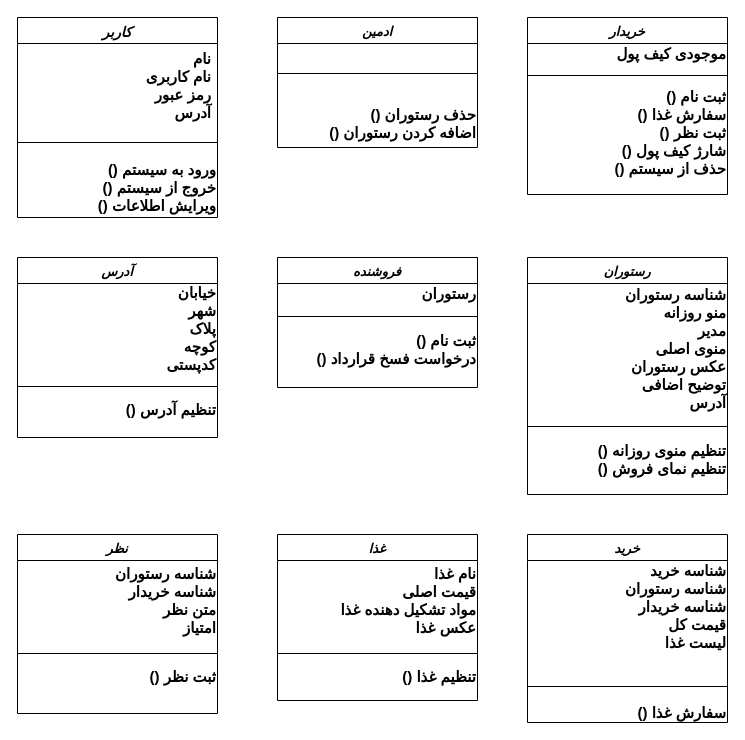
The draw.io diagram class (details).drawio in khoramian/TahDig_SoftwareEngineering, before the edit. Source tidied: cells renumbered, new cells numbered last; positions are measured from the earlier drawing's top-left corner, leaving out a move shared by most shapes. Both pictures are drawn from the tidied source at 100%, with x=0, y=0 at pixel (17, 17).
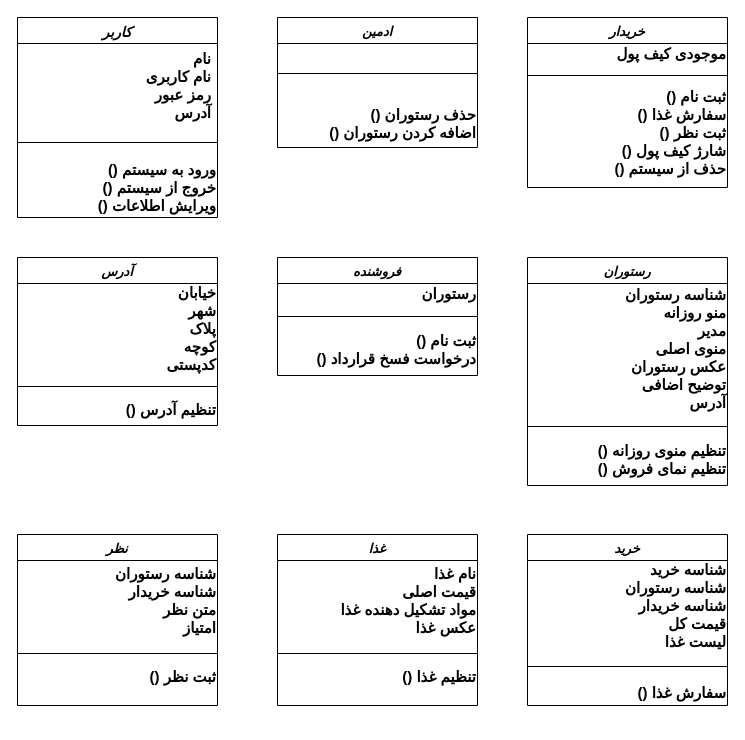
After the change.

Diff of the diagram source:
```diff
@@
     <mxCell id="9" value="خریدار" style="swimlane;fontStyle=3;align=center;verticalAlign=top;horizontal=1;startSize=26;rounded=0;shadow=0;strokeWidth=1;fontSize=13;" parent="1" vertex="1">
-      <mxGeometry x="510" width="200" height="177" as="geometry" />
+      <mxGeometry x="510" width="200" height="170" as="geometry" />
     </mxCell>
@@
     <mxCell id="13" value="فروشنده" style="swimlane;fontStyle=3;align=center;verticalAlign=top;horizontal=1;startSize=26;rounded=0;shadow=0;strokeWidth=1;fontSize=13;" parent="1" vertex="1">
-      <mxGeometry x="260" y="240" width="200" height="130" as="geometry" />
+      <mxGeometry x="260" y="240" width="200" height="118" as="geometry" />
     </mxCell>
@@
     <mxCell id="17" value="رستوران" style="swimlane;fontStyle=3;align=center;verticalAlign=top;horizontal=1;startSize=26;rounded=0;shadow=0;strokeWidth=1;fontSize=13;" parent="1" vertex="1">
-      <mxGeometry x="510" y="240" width="200" height="237" as="geometry" />
+      <mxGeometry x="510" y="240" width="200" height="228" as="geometry" />
     </mxCell>
@@
     <mxCell id="21" value="آدرس" style="swimlane;fontStyle=3;align=center;verticalAlign=top;horizontal=1;startSize=26;rounded=0;shadow=0;strokeWidth=1;fillColor=#FFFFFF;fontSize=13;" parent="1" vertex="1">
-      <mxGeometry y="240" width="200" height="180" as="geometry" />
+      <mxGeometry y="240" width="200" height="168" as="geometry" />
     </mxCell>
@@
     <mxCell id="25" value="غذا" style="swimlane;fontStyle=3;align=center;verticalAlign=top;horizontal=1;startSize=26;rounded=0;shadow=0;strokeWidth=1;fontSize=13;" parent="1" vertex="1">
-      <mxGeometry x="260" y="517" width="200" height="166" as="geometry" />
+      <mxGeometry x="260" y="517" width="200" height="171" as="geometry" />
     </mxCell>
@@
     <mxCell id="29" value="نظر" style="swimlane;fontStyle=3;align=center;verticalAlign=top;horizontal=1;startSize=26;rounded=0;shadow=0;strokeWidth=1;fontSize=13;" parent="1" vertex="1">
-      <mxGeometry y="517" width="200" height="179" as="geometry" />
+      <mxGeometry y="517" width="200" height="171" as="geometry" />
     </mxCell>
@@
     <mxCell id="33" value="خرید" style="swimlane;fontStyle=3;align=center;verticalAlign=top;horizontal=1;startSize=26;rounded=0;shadow=0;strokeWidth=1;fontSize=13;" parent="1" vertex="1">
-      <mxGeometry x="510" y="517" width="200" height="188" as="geometry" />
+      <mxGeometry x="510" y="517" width="200" height="171" as="geometry" />
     </mxCell>
-    <mxCell id="34" value="&lt;div&gt;&lt;b&gt;شناسه خرید&lt;br&gt;&lt;/b&gt;&lt;/div&gt;&lt;div&gt;&lt;b&gt;شناسه رستوران&lt;/b&gt;&lt;/div&gt;&lt;div&gt;&lt;span&gt;&lt;b&gt;شناسه خریدار&lt;/b&gt;&lt;/span&gt;&lt;/div&gt;&lt;div&gt;&lt;b&gt;قیمت کل&lt;/b&gt;&lt;/div&gt;&lt;div&gt;&lt;b&gt;لیست غذا&lt;/b&gt;&lt;/div&gt;&lt;div&gt;&lt;br&gt;&lt;/div&gt;" style="text;html=1;align=right;verticalAlign=middle;fontSize=15;" parent="33" vertex="1">
-      <mxGeometry y="26" width="200" height="110" as="geometry" />
+    <mxCell id="34" value="&lt;div&gt;&lt;b&gt;شناسه خرید&lt;br&gt;&lt;/b&gt;&lt;/div&gt;&lt;div&gt;&lt;b&gt;شناسه رستوران&lt;/b&gt;&lt;/div&gt;&lt;div&gt;&lt;span&gt;&lt;b&gt;شناسه خریدار&lt;/b&gt;&lt;/span&gt;&lt;/div&gt;&lt;div&gt;&lt;b&gt;قیمت کل&lt;/b&gt;&lt;/div&gt;&lt;div&gt;&lt;b&gt;لیست غذا&lt;/b&gt;&lt;/div&gt;" style="text;html=1;align=right;verticalAlign=middle;fontSize=15;" parent="33" vertex="1">
+      <mxGeometry y="26" width="200" height="90" as="geometry" />
     </mxCell>
     <mxCell id="35" style="line;html=1;strokeWidth=1;align=left;verticalAlign=middle;spacingTop=-1;spacingLeft=3;spacingRight=3;labelPosition=right;" parent="33" vertex="1">
-      <mxGeometry y="136" width="200" height="32" as="geometry" />
+      <mxGeometry y="116" width="200" height="32" as="geometry" />
     </mxCell>
     <mxCell id="36" value="&lt;b&gt;() سفارش غذا&lt;/b&gt;" style="text;html=1;align=right;verticalAlign=middle;fontSize=15;" parent="33" vertex="1">
-      <mxGeometry y="168" width="200" height="20" as="geometry" />
+      <mxGeometry y="148" width="200" height="20" as="geometry" />
     </mxCell>
```
